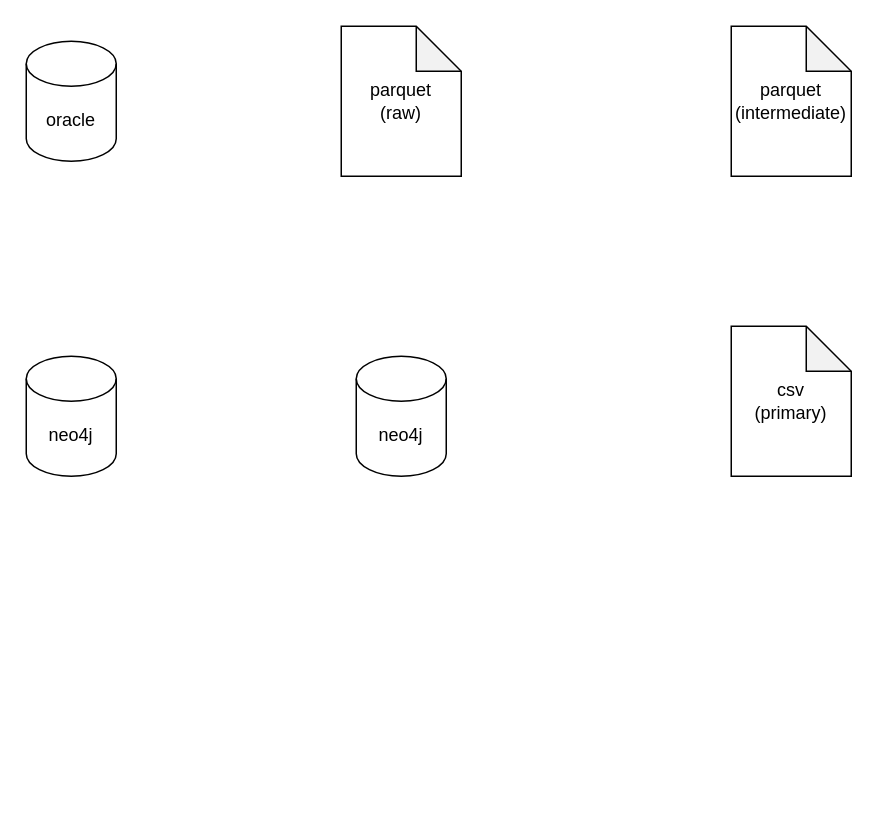
Above: 太平/etl plan.drawio in XiaoLiuAI/diagrams (draw.io), before the change. Source tidied: cells renumbered, new cells numbered last; positions are measured from the earlier drawing's top-left corner, leaving out a move shared by most shapes. Both pictures are drawn from the tidied source at 150%, with x=0, y=0 at pixel (26, 26).
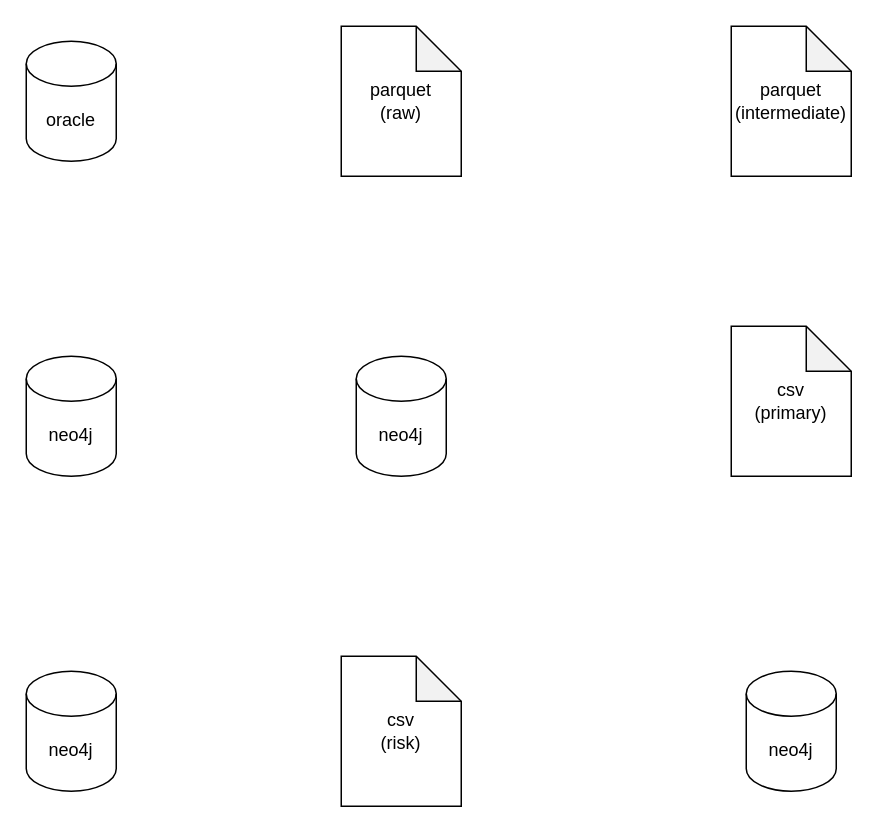
The same diagram, later.

The edit, as a diff of the source:
```diff
@@
 <mxGraphModel>
   <root>
     <mxCell id="0" />
     <mxCell id="1" parent="0" />
     <mxCell id="2" value="oracle" style="shape=cylinder3;whiteSpace=wrap;html=1;boundedLbl=1;backgroundOutline=1;size=15;" parent="1" vertex="1">
       <mxGeometry y="10" width="60" height="80" as="geometry" />
     </mxCell>
     <mxCell id="3" value="parquet&lt;br&gt;(raw)" style="shape=note;whiteSpace=wrap;html=1;backgroundOutline=1;darkOpacity=0.05;" parent="1" vertex="1">
       <mxGeometry x="210" width="80" height="100" as="geometry" />
     </mxCell>
     <mxCell id="4" value="parquet&lt;br&gt;(intermediate)" style="shape=note;whiteSpace=wrap;html=1;backgroundOutline=1;darkOpacity=0.05;" parent="1" vertex="1">
       <mxGeometry x="470" width="80" height="100" as="geometry" />
     </mxCell>
     <mxCell id="5" value="csv&lt;br&gt;(primary)" style="shape=note;whiteSpace=wrap;html=1;backgroundOutline=1;darkOpacity=0.05;" parent="1" vertex="1">
       <mxGeometry x="470" y="200" width="80" height="100" as="geometry" />
     </mxCell>
     <mxCell id="6" value="neo4j" style="shape=cylinder3;whiteSpace=wrap;html=1;boundedLbl=1;backgroundOutline=1;size=15;" parent="1" vertex="1">
       <mxGeometry x="220" y="220" width="60" height="80" as="geometry" />
     </mxCell>
     <mxCell id="7" value="neo4j" style="shape=cylinder3;whiteSpace=wrap;html=1;boundedLbl=1;backgroundOutline=1;size=15;" parent="1" vertex="1">
       <mxGeometry y="220" width="60" height="80" as="geometry" />
     </mxCell>
+    <mxCell id="8" value="neo4j" style="shape=cylinder3;whiteSpace=wrap;html=1;boundedLbl=1;backgroundOutline=1;size=15;" parent="1" vertex="1">
+      <mxGeometry y="430" width="60" height="80" as="geometry" />
+    </mxCell>
+    <mxCell id="9" value="csv&lt;br&gt;(risk)" style="shape=note;whiteSpace=wrap;html=1;backgroundOutline=1;darkOpacity=0.05;" parent="1" vertex="1">
+      <mxGeometry x="210" y="420" width="80" height="100" as="geometry" />
+    </mxCell>
+    <mxCell id="10" value="neo4j" style="shape=cylinder3;whiteSpace=wrap;html=1;boundedLbl=1;backgroundOutline=1;size=15;" parent="1" vertex="1">
+      <mxGeometry x="480" y="430" width="60" height="80" as="geometry" />
+    </mxCell>
   </root>
 </mxGraphModel>
```
